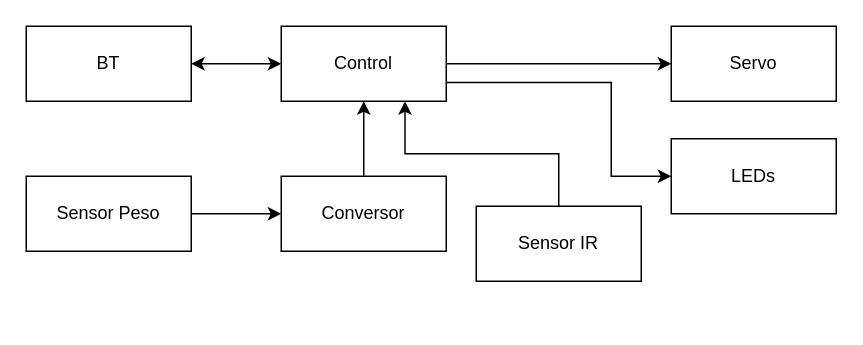
Earlier version of the draw.io diagram Diagramas/DiagramaFuncional.drawio (OriaJoaquin/X3). Source tidied: cells renumbered, new cells numbered last; positions are measured from the earlier drawing's top-left corner, leaving out a move shared by most shapes. Both pictures are drawn from the tidied source at 150%, with x=0, y=0 at pixel (26, 26).
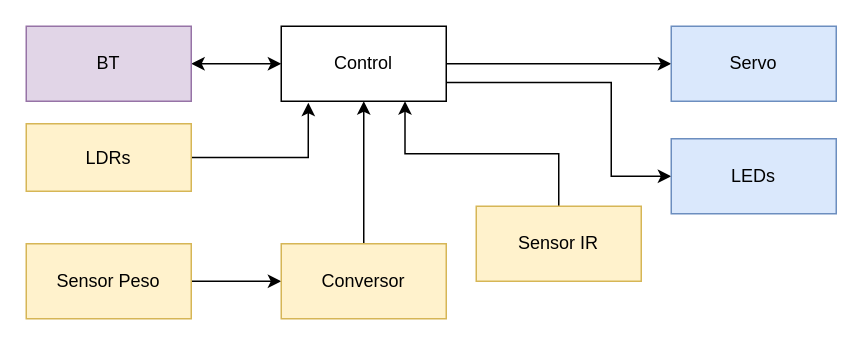
After the change.

Diff of the diagram source:
```diff
@@
 <mxGraphModel>
   <root>
     <mxCell id="0" />
     <mxCell id="1" parent="0" />
     <mxCell id="2" style="edgeStyle=orthogonalEdgeStyle;rounded=0;jettySize=auto;html=1;jumpStyle=none;shadow=0;strokeColor=#000000;startArrow=classic;startFill=1;" parent="1" edge="1" source="6" target="10">
       <mxGeometry relative="1" as="geometry" />
     </mxCell>
     <mxCell id="3" style="edgeStyle=orthogonalEdgeStyle;rounded=0;jumpStyle=none;jettySize=auto;html=1;shadow=0;startArrow=classic;startFill=1;strokeColor=#000000;endArrow=none;endFill=0;" parent="1" edge="1" source="6" target="8">
       <mxGeometry relative="1" as="geometry" />
     </mxCell>
     <mxCell id="4" style="edgeStyle=orthogonalEdgeStyle;rounded=0;jumpStyle=none;jettySize=auto;html=1;exitX=1;exitY=0.5;exitDx=0;exitDy=0;entryX=0;entryY=0.5;entryDx=0;entryDy=0;shadow=0;startArrow=none;startFill=0;endArrow=classic;endFill=1;strokeColor=#000000;" parent="1" edge="1" source="6" target="14">
       <mxGeometry relative="1" as="geometry" />
     </mxCell>
     <mxCell id="5" style="edgeStyle=orthogonalEdgeStyle;rounded=0;jumpStyle=none;jettySize=auto;html=1;exitX=1;exitY=0.75;exitDx=0;exitDy=0;entryX=0;entryY=0.5;entryDx=0;entryDy=0;shadow=0;startArrow=none;startFill=0;endArrow=classic;endFill=1;strokeColor=#000000;" parent="1" edge="1" source="6" target="11">
       <mxGeometry relative="1" as="geometry">
         <Array as="points">
           <mxPoint x="390" y="38" />
           <mxPoint x="390" y="100" />
         </Array>
       </mxGeometry>
     </mxCell>
     <mxCell id="6" value="Control" style="rounded=0;whiteSpace=wrap;html=1;" parent="1" vertex="1">
       <mxGeometry x="170" width="110" height="50" as="geometry" />
     </mxCell>
     <mxCell id="7" style="edgeStyle=orthogonalEdgeStyle;rounded=0;jumpStyle=none;jettySize=auto;html=1;shadow=0;startArrow=classic;startFill=1;strokeColor=#000000;endArrow=none;endFill=0;" parent="1" edge="1" source="8" target="9">
       <mxGeometry relative="1" as="geometry" />
     </mxCell>
-    <mxCell id="8" value="Conversor" style="rounded=0;whiteSpace=wrap;html=1;" parent="1" vertex="1">
-      <mxGeometry x="170" y="100" width="110" height="50" as="geometry" />
+    <mxCell id="8" value="Conversor" style="rounded=0;whiteSpace=wrap;html=1;fillColor=#fff2cc;strokeColor=#d6b656;" parent="1" vertex="1">
+      <mxGeometry x="170" y="145" width="110" height="50" as="geometry" />
     </mxCell>
-    <mxCell id="9" value="Sensor Peso" style="rounded=0;whiteSpace=wrap;html=1;" parent="1" vertex="1">
-      <mxGeometry y="100" width="110" height="50" as="geometry" />
+    <mxCell id="9" value="Sensor Peso" style="rounded=0;whiteSpace=wrap;html=1;fillColor=#fff2cc;strokeColor=#d6b656;" parent="1" vertex="1">
+      <mxGeometry y="145" width="110" height="50" as="geometry" />
     </mxCell>
-    <mxCell id="10" value="BT" style="rounded=0;whiteSpace=wrap;html=1;" parent="1" vertex="1">
+    <mxCell id="10" value="BT" style="rounded=0;whiteSpace=wrap;html=1;fillColor=#e1d5e7;strokeColor=#9673a6;" parent="1" vertex="1">
       <mxGeometry width="110" height="50" as="geometry" />
     </mxCell>
-    <mxCell id="11" value="LEDs" style="rounded=0;whiteSpace=wrap;html=1;" parent="1" vertex="1">
+    <mxCell id="11" value="LEDs" style="rounded=0;whiteSpace=wrap;html=1;fillColor=#dae8fc;strokeColor=#6c8ebf;" parent="1" vertex="1">
       <mxGeometry x="430" y="75" width="110" height="50" as="geometry" />
     </mxCell>
     <mxCell id="12" style="edgeStyle=orthogonalEdgeStyle;rounded=0;jumpStyle=none;jettySize=auto;html=1;exitX=0.5;exitY=0;exitDx=0;exitDy=0;entryX=0.75;entryY=1;entryDx=0;entryDy=0;shadow=0;startArrow=none;startFill=0;endArrow=classic;endFill=1;strokeColor=#000000;" parent="1" edge="1" source="13" target="6">
       <mxGeometry relative="1" as="geometry" />
     </mxCell>
-    <mxCell id="13" value="Sensor IR" style="rounded=0;whiteSpace=wrap;html=1;" parent="1" vertex="1">
+    <mxCell id="13" value="Sensor IR" style="rounded=0;whiteSpace=wrap;html=1;fillColor=#fff2cc;strokeColor=#d6b656;" parent="1" vertex="1">
       <mxGeometry x="300" y="120" width="110" height="50" as="geometry" />
     </mxCell>
-    <mxCell id="14" value="&lt;div&gt;Servo&lt;/div&gt;" style="rounded=0;whiteSpace=wrap;html=1;" parent="1" vertex="1">
+    <mxCell id="14" value="&lt;div&gt;Servo&lt;/div&gt;" style="rounded=0;whiteSpace=wrap;html=1;fillColor=#dae8fc;strokeColor=#6c8ebf;" parent="1" vertex="1">
       <mxGeometry x="430" width="110" height="50" as="geometry" />
     </mxCell>
+    <mxCell id="15" style="edgeStyle=orthogonalEdgeStyle;rounded=0;jettySize=auto;html=1;entryX=0.164;entryY=1.02;entryDx=0;entryDy=0;entryPerimeter=0;startArrow=none;startFill=0;" parent="1" edge="1" source="16" target="6">
+      <mxGeometry relative="1" as="geometry" />
+    </mxCell>
+    <mxCell id="16" value="LDRs" style="rounded=0;whiteSpace=wrap;html=1;fillColor=#fff2cc;strokeColor=#d6b656;" parent="1" vertex="1">
+      <mxGeometry y="65" width="110" height="45" as="geometry" />
+    </mxCell>
   </root>
 </mxGraphModel>
```
